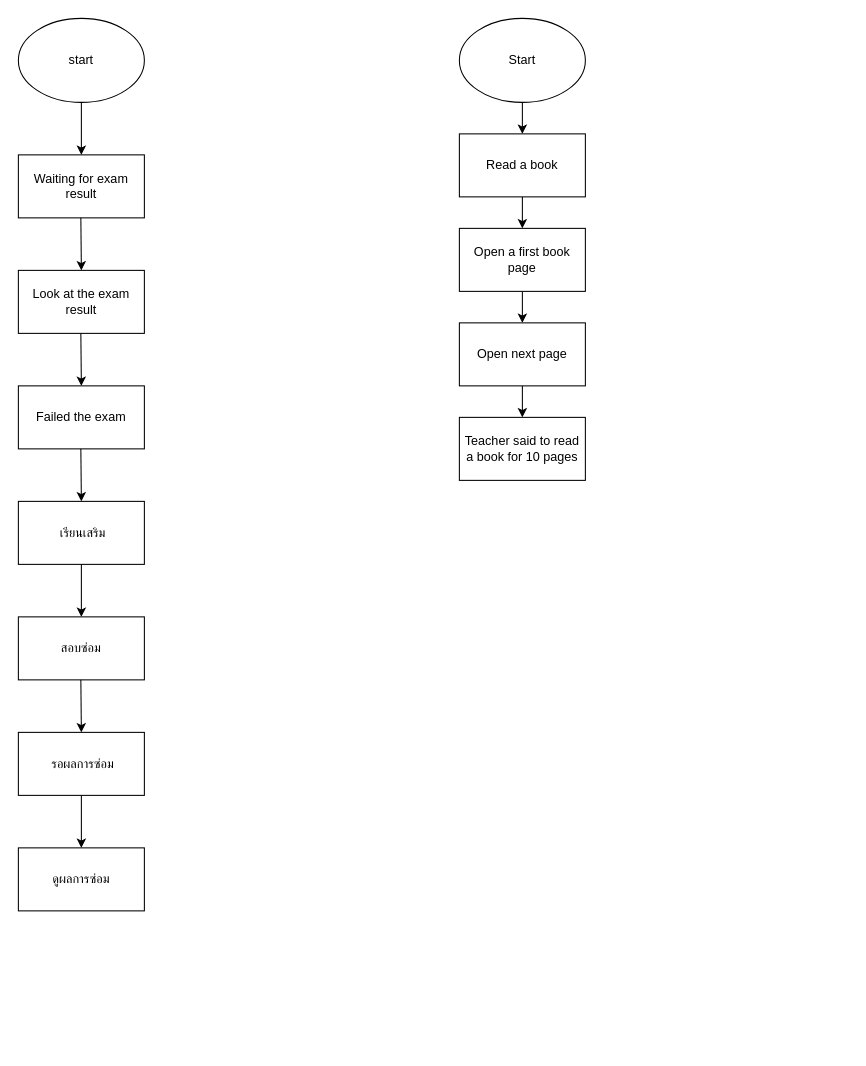
Above: 2-6-26-7-2023-ว22103.drawio in patin-osu/files-manager (draw.io), before the change. Source tidied: cells renumbered, new cells numbered last; positions are measured from the earlier drawing's top-left corner, leaving out a move shared by most shapes. Both pictures are drawn from the tidied source at 105%, with x=0, y=0 at pixel (18, 18).
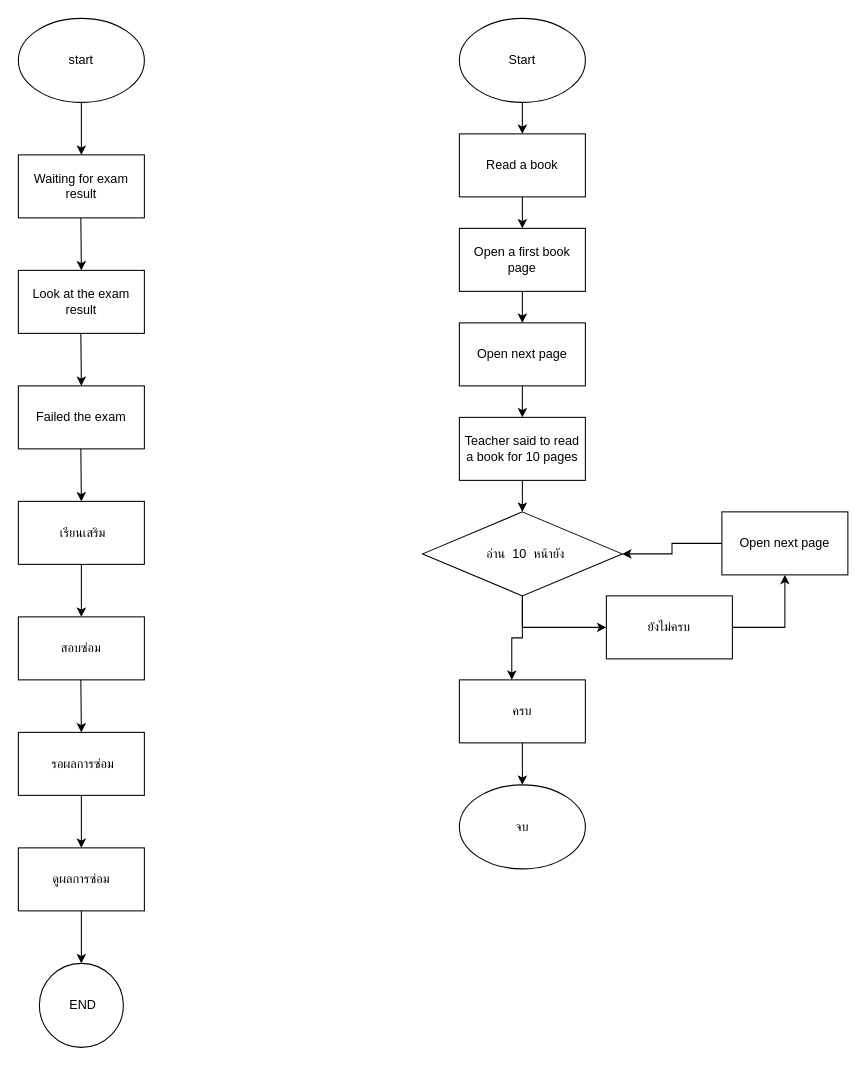
The same diagram, later.

Commit message:
FINALLY DONE BITCH

The change refers to these unchanged cells:
```xml
<mxCell id="15" value="ดูผลการซ่อม" style="rounded=0;whiteSpace=wrap;html=1;" parent="1" vertex="1">
  <mxGeometry y="790" width="120" height="60" as="geometry" />
</mxCell>
<mxCell id="25" value="&lt;div&gt;Teacher said to read a book for 10 pages&lt;/div&gt;" style="rounded=0;whiteSpace=wrap;html=1;" parent="1" vertex="1">
  <mxGeometry x="420" y="380" width="120" height="60" as="geometry" />
</mxCell>
```

Diff of the diagram source:
```diff
@@
+    <mxCell id="26" style="edgeStyle=orthogonalEdgeStyle;rounded=0;jettySize=auto;html=1;exitX=0.5;exitY=1;exitDx=0;exitDy=0;entryX=0.5;entryY=0;entryDx=0;entryDy=0;" parent="1" edge="1" source="15" target="33">
+      <mxGeometry relative="1" as="geometry" />
+    </mxCell>
@@
+    <mxCell id="27" style="edgeStyle=orthogonalEdgeStyle;rounded=0;jettySize=auto;html=1;exitX=0.5;exitY=1;exitDx=0;exitDy=0;entryX=0.5;entryY=0;entryDx=0;entryDy=0;" parent="1" edge="1" source="25" target="30">
+      <mxGeometry relative="1" as="geometry" />
+    </mxCell>
@@
+    <mxCell id="28" style="edgeStyle=orthogonalEdgeStyle;rounded=0;jettySize=auto;html=1;exitX=0.5;exitY=1;exitDx=0;exitDy=0;entryX=0;entryY=0.5;entryDx=0;entryDy=0;" parent="1" edge="1" source="30" target="32">
+      <mxGeometry relative="1" as="geometry" />
+    </mxCell>
+    <mxCell id="29" style="edgeStyle=orthogonalEdgeStyle;rounded=0;jettySize=auto;html=1;exitX=0.5;exitY=1;exitDx=0;exitDy=0;entryX=0.416;entryY=0;entryDx=0;entryDy=0;entryPerimeter=0;" parent="1" edge="1" source="30" target="37">
+      <mxGeometry relative="1" as="geometry" />
+    </mxCell>
+    <mxCell id="30" value="&amp;nbsp; อ่าน&amp;nbsp; 10&amp;nbsp; หน้ายัง" style="rhombus;whiteSpace=wrap;html=1;" parent="1" vertex="1">
+      <mxGeometry x="385" y="470" width="190" height="80" as="geometry" />
+    </mxCell>
+    <mxCell id="31" style="edgeStyle=orthogonalEdgeStyle;rounded=0;jettySize=auto;html=1;exitX=1;exitY=0.5;exitDx=0;exitDy=0;entryX=0.5;entryY=1;entryDx=0;entryDy=0;" parent="1" edge="1" source="32" target="35">
+      <mxGeometry relative="1" as="geometry" />
+    </mxCell>
+    <mxCell id="32" value="ยังไม่ครบ" style="rounded=0;whiteSpace=wrap;html=1;" parent="1" vertex="1">
+      <mxGeometry x="560" y="550" width="120" height="60" as="geometry" />
+    </mxCell>
+    <mxCell id="33" value="&amp;nbsp;END" style="ellipse;whiteSpace=wrap;html=1;" parent="1" vertex="1">
+      <mxGeometry x="20" y="900" width="80" height="80" as="geometry" />
+    </mxCell>
+    <mxCell id="34" style="edgeStyle=orthogonalEdgeStyle;rounded=0;jettySize=auto;html=1;exitX=0;exitY=0.5;exitDx=0;exitDy=0;entryX=1;entryY=0.5;entryDx=0;entryDy=0;" parent="1" edge="1" source="35" target="30">
+      <mxGeometry relative="1" as="geometry" />
+    </mxCell>
+    <mxCell id="35" value="Open next page" style="rounded=0;whiteSpace=wrap;html=1;" parent="1" vertex="1">
+      <mxGeometry x="670" y="470" width="120" height="60" as="geometry" />
+    </mxCell>
+    <mxCell id="36" style="edgeStyle=orthogonalEdgeStyle;rounded=0;jettySize=auto;html=1;exitX=0.5;exitY=1;exitDx=0;exitDy=0;entryX=0.5;entryY=0;entryDx=0;entryDy=0;" parent="1" edge="1" source="37" target="38">
+      <mxGeometry relative="1" as="geometry" />
+    </mxCell>
+    <mxCell id="37" value="ครบ" style="rounded=0;whiteSpace=wrap;html=1;" parent="1" vertex="1">
+      <mxGeometry x="420" y="630" width="120" height="60" as="geometry" />
+    </mxCell>
+    <mxCell id="38" value="จบ" style="ellipse;whiteSpace=wrap;html=1;" parent="1" vertex="1">
+      <mxGeometry x="420" y="730" width="120" height="80" as="geometry" />
+    </mxCell>
```
